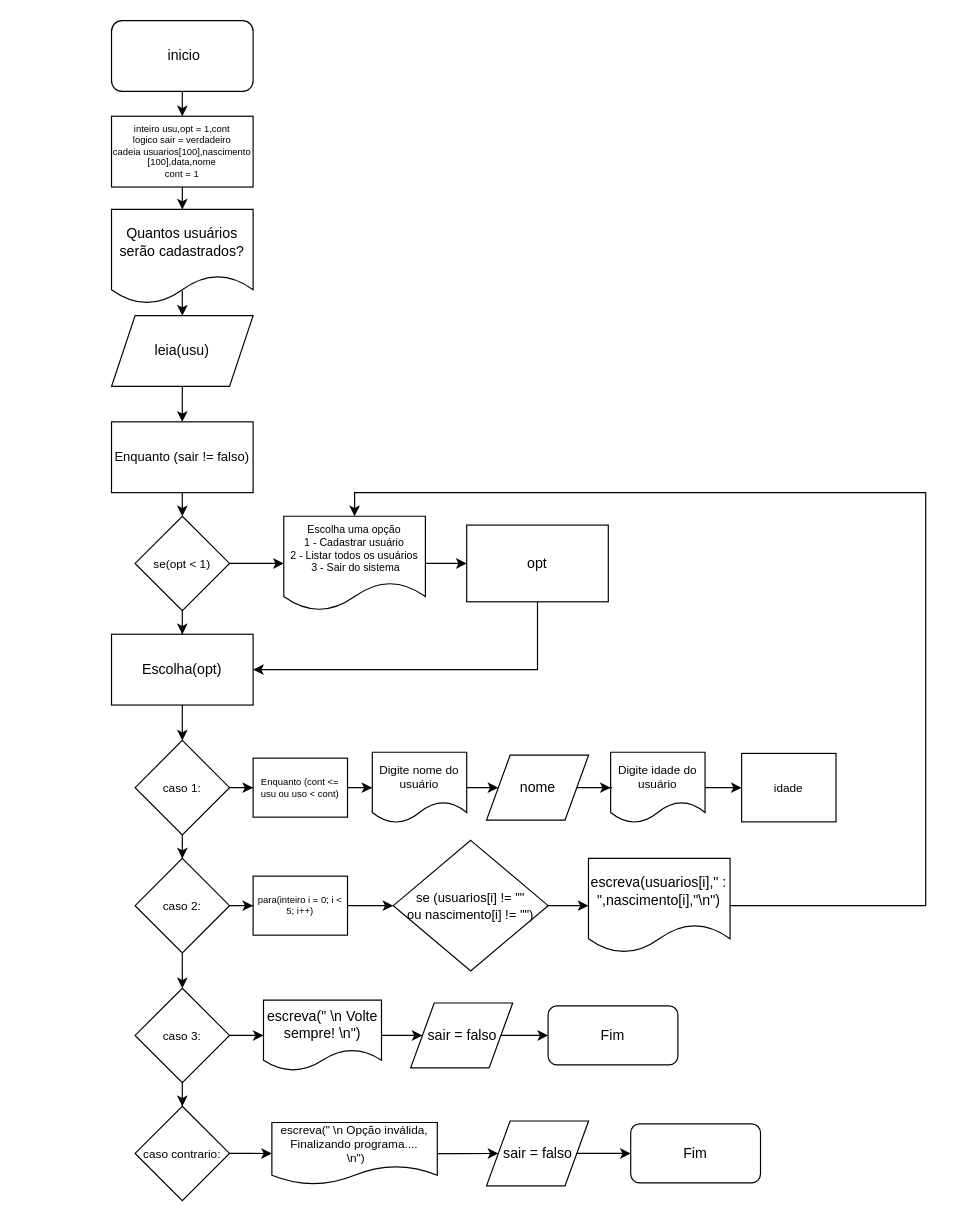
KauaWB02/situacao-de-aprendizagem keeps this draw.io diagram as Arquivos Completo/fluxograma.drawio. Above is the earlier version. Source tidied: cells renumbered, new cells numbered last; positions are measured from the earlier drawing's top-left corner, leaving out a move shared by most shapes. Both pictures are drawn from the tidied source at 118%, with x=0, y=0 at pixel (111, 20).
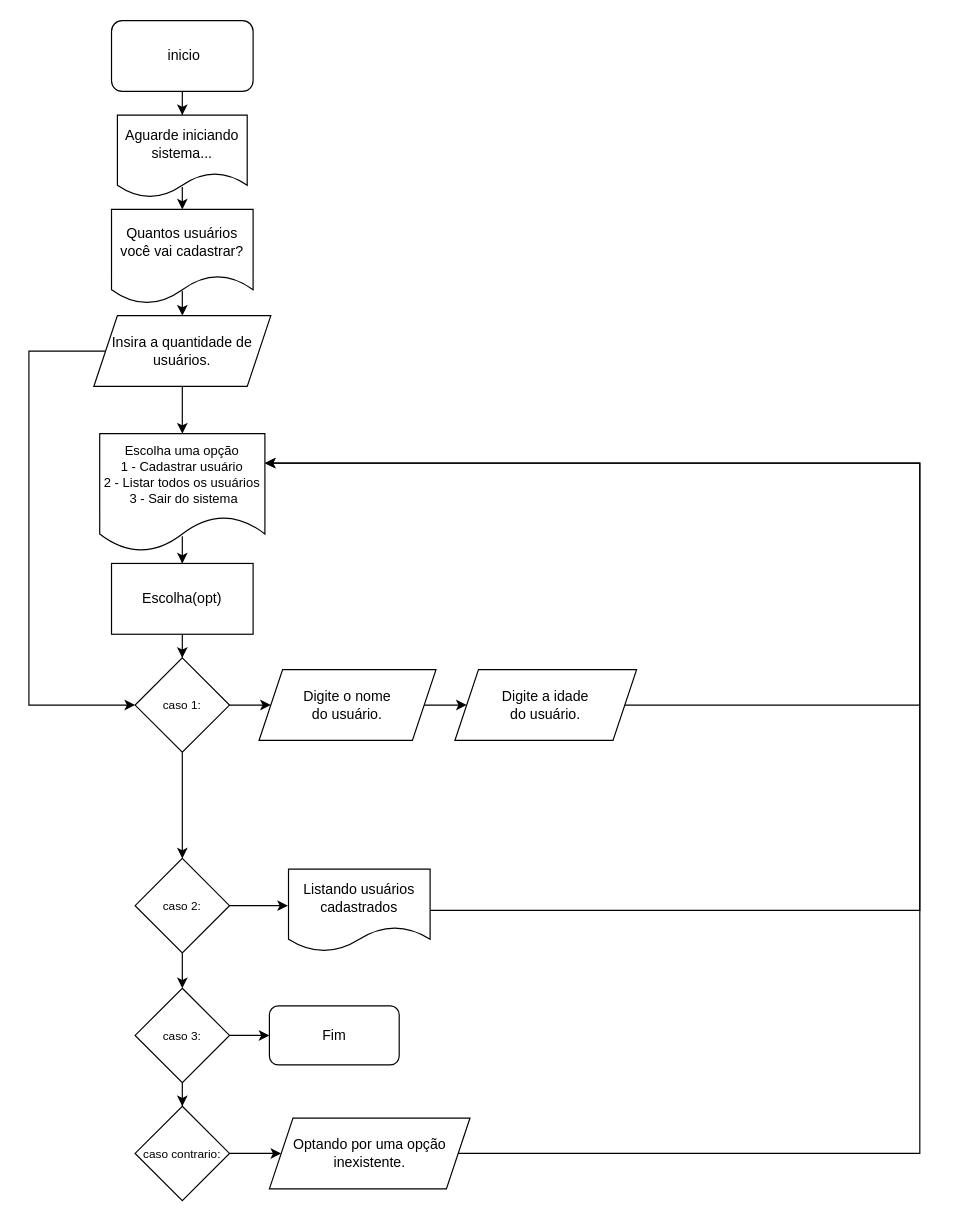
The same diagram, later.

Unchanged cells that the change refers to:
```xml
<mxCell id="3" value="&amp;nbsp;inicio" style="rounded=1;whiteSpace=wrap;html=1;" parent="1" vertex="1">
  <mxGeometry width="120" height="60" as="geometry" />
</mxCell>
<mxCell id="35" value="caso 2:" style="rhombus;whiteSpace=wrap;html=1;fontSize=10;" parent="1" vertex="1">
  <mxGeometry x="20" y="710" width="80" height="80" as="geometry" />
</mxCell>
<mxCell id="44" value="caso 3:" style="rhombus;whiteSpace=wrap;html=1;fontSize=10;" parent="1" vertex="1">
  <mxGeometry x="20" y="820" width="80" height="80" as="geometry" />
</mxCell>
<mxCell id="51" value="caso contrario:" style="rhombus;whiteSpace=wrap;html=1;fontSize=10;" parent="1" vertex="1">
  <mxGeometry x="20" y="920" width="80" height="80" as="geometry" />
</mxCell>
```

The edit, as a diff of the source:
```diff
@@
-    <mxCell id="2" style="edgeStyle=none;rounded=0;jettySize=auto;html=1;fontSize=8;" parent="1" edge="1" source="3" target="9">
-      <mxGeometry relative="1" as="geometry" />
-    </mxCell>
+    <mxCell id="57" style="edgeStyle=orthogonalEdgeStyle;rounded=0;jettySize=auto;html=1;" parent="1" edge="1" source="3" target="68">
+      <mxGeometry relative="1" as="geometry" />
+    </mxCell>
@@
-    <mxCell id="5" value="Quantos usuários serão cadastrados?" style="shape=document;whiteSpace=wrap;html=1;boundedLbl=1;" parent="1" vertex="1">
+    <mxCell id="5" value="Quantos usuários você vai cadastrar?" style="shape=document;whiteSpace=wrap;html=1;boundedLbl=1;" parent="1" vertex="1">
       <mxGeometry y="160" width="120" height="80" as="geometry" />
     </mxCell>
-    <mxCell id="6" style="edgeStyle=none;rounded=0;jettySize=auto;html=1;fontSize=8;" parent="1" edge="1" source="7" target="11">
-      <mxGeometry relative="1" as="geometry" />
-    </mxCell>
+    <mxCell id="58" style="edgeStyle=orthogonalEdgeStyle;rounded=0;jettySize=auto;html=1;entryX=0;entryY=0.5;entryDx=0;entryDy=0;exitX=0;exitY=0.5;exitDx=0;exitDy=0;" parent="1" edge="1" source="7" target="21">
+      <mxGeometry relative="1" as="geometry">
+        <Array as="points">
+          <mxPoint x="-70" y="280" />
+          <mxPoint x="-70" y="580" />
+        </Array>
+      </mxGeometry>
+    </mxCell>
+    <mxCell id="59" style="edgeStyle=orthogonalEdgeStyle;rounded=0;jettySize=auto;html=1;" parent="1" edge="1" source="7" target="16">
+      <mxGeometry relative="1" as="geometry" />
+    </mxCell>
-    <mxCell id="7" value="leia(usu)" style="shape=parallelogram;perimeter=parallelogramPerimeter;whiteSpace=wrap;html=1;fixedSize=1;" parent="1" vertex="1">
-      <mxGeometry y="250" width="120" height="60" as="geometry" />
+    <mxCell id="7" value="Insira a quantidade de usuários." style="shape=parallelogram;perimeter=parallelogramPerimeter;whiteSpace=wrap;html=1;fixedSize=1;" parent="1" vertex="1">
+      <mxGeometry x="-15" y="250" width="150" height="60" as="geometry" />
     </mxCell>
-    <mxCell id="8" style="edgeStyle=none;rounded=0;jettySize=auto;html=1;fontSize=8;" parent="1" edge="1" source="9" target="5">
-      <mxGeometry relative="1" as="geometry" />
+    <mxCell id="8" style="edgeStyle=none;rounded=0;jettySize=auto;html=1;fontSize=8;" parent="1" edge="1" target="5">
+      <mxGeometry relative="1" as="geometry">
+        <mxPoint x="60" y="141" as="sourcePoint" />
+      </mxGeometry>
     </mxCell>
-    <mxCell id="9" value="&lt;div style=&quot;font-size: 8px;&quot;&gt;&lt;font style=&quot;vertical-align: inherit; font-size: 8px;&quot;&gt;&lt;font style=&quot;vertical-align: inherit; font-size: 8px;&quot;&gt;&lt;font style=&quot;vertical-align: inherit; font-size: 8px;&quot;&gt;&lt;font style=&quot;vertical-align: inherit; font-size: 8px;&quot;&gt;&lt;font style=&quot;vertical-align: inherit; font-size: 8px;&quot;&gt;&lt;font style=&quot;vertical-align: inherit; font-size: 8px;&quot;&gt;&lt;font style=&quot;vertical-align: inherit; font-size: 8px;&quot;&gt;&lt;font style=&quot;vertical-align: inherit; font-size: 8px;&quot;&gt;inteiro usu,opt = 1,cont&lt;/font&gt;&lt;/font&gt;&lt;/font&gt;&lt;/font&gt;&lt;/font&gt;&lt;/font&gt;&lt;/font&gt;&lt;/font&gt;&lt;/div&gt;&lt;div style=&quot;font-size: 8px;&quot;&gt;&lt;font style=&quot;font-size: 8px;&quot;&gt;&#9;&#9;&lt;font style=&quot;vertical-align: inherit; font-size: 8px;&quot;&gt;&lt;font style=&quot;vertical-align: inherit; font-size: 8px;&quot;&gt;&lt;font style=&quot;vertical-align: inherit; font-size: 8px;&quot;&gt;&lt;font style=&quot;vertical-align: inherit; font-size: 8px;&quot;&gt;&lt;font style=&quot;vertical-align: inherit; font-size: 8px;&quot;&gt;&lt;font style=&quot;vertical-align: inherit; font-size: 8px;&quot;&gt;&lt;font style=&quot;vertical-align: inherit; font-size: 8px;&quot;&gt;&lt;font style=&quot;vertical-align: inherit; font-size: 8px;&quot;&gt;logico sair = verdadeiro&lt;/font&gt;&lt;/font&gt;&lt;/font&gt;&lt;/font&gt;&lt;/font&gt;&lt;/font&gt;&lt;/font&gt;&lt;/font&gt;&lt;/font&gt;&lt;/div&gt;&lt;div style=&quot;font-size: 8px;&quot;&gt;&lt;font style=&quot;font-size: 8px;&quot;&gt;&lt;span style=&quot;&quot;&gt;&#9;&#9;&lt;/span&gt;&lt;font style=&quot;vertical-align: inherit; font-size: 8px;&quot;&gt;&lt;font style=&quot;vertical-align: inherit; font-size: 8px;&quot;&gt;&lt;font style=&quot;vertical-align: inherit; font-size: 8px;&quot;&gt;&lt;font style=&quot;vertical-align: inherit; font-size: 8px;&quot;&gt;&lt;font style=&quot;vertical-align: inherit; font-size: 8px;&quot;&gt;&lt;font style=&quot;vertical-align: inherit; font-size: 8px;&quot;&gt;&lt;font style=&quot;vertical-align: inherit; font-size: 8px;&quot;&gt;&lt;font style=&quot;vertical-align: inherit; font-size: 8px;&quot;&gt;cadeia usuarios[100],nascimento [100],data,nome&lt;/font&gt;&lt;/font&gt;&lt;/font&gt;&lt;/font&gt;&lt;/font&gt;&lt;/font&gt;&lt;/font&gt;&lt;/font&gt;&lt;/font&gt;&lt;/div&gt;&lt;div style=&quot;font-size: 8px;&quot;&gt;&lt;font style=&quot;font-size: 8px;&quot;&gt;&#9;&#9;&lt;font style=&quot;vertical-align: inherit; font-size: 8px;&quot;&gt;&lt;font style=&quot;vertical-align: inherit; font-size: 8px;&quot;&gt;&lt;font style=&quot;vertical-align: inherit; font-size: 8px;&quot;&gt;&lt;font style=&quot;vertical-align: inherit; font-size: 8px;&quot;&gt;&lt;font style=&quot;vertical-align: inherit; font-size: 8px;&quot;&gt;&lt;font style=&quot;vertical-align: inherit; font-size: 8px;&quot;&gt;&lt;font style=&quot;vertical-align: inherit; font-size: 8px;&quot;&gt;&lt;font style=&quot;vertical-align: inherit; font-size: 8px;&quot;&gt;cont = 1&lt;/font&gt;&lt;/font&gt;&lt;/font&gt;&lt;/font&gt;&lt;/font&gt;&lt;/font&gt;&lt;/font&gt;&lt;/font&gt;&lt;/font&gt;&lt;/div&gt;" style="rounded=0;whiteSpace=wrap;html=1;" parent="1" vertex="1">
-      <mxGeometry y="81" width="120" height="60" as="geometry" />
-    </mxCell>
-    <mxCell id="10" style="edgeStyle=none;rounded=0;jettySize=auto;html=1;fontSize=8;" parent="1" edge="1" source="11" target="14">
-      <mxGeometry relative="1" as="geometry" />
-    </mxCell>
-    <mxCell id="11" value="&lt;font style=&quot;font-size: 11px;&quot;&gt;Enquanto (sair != falso)&lt;/font&gt;" style="rounded=0;whiteSpace=wrap;html=1;fontSize=8;" parent="1" vertex="1">
-      <mxGeometry y="340" width="120" height="60" as="geometry" />
-    </mxCell>
-    <mxCell id="12" style="edgeStyle=none;rounded=0;jettySize=auto;html=1;fontSize=8;" parent="1" edge="1" source="14" target="16">
-      <mxGeometry relative="1" as="geometry" />
-    </mxCell>
-    <mxCell id="13" style="edgeStyle=orthogonalEdgeStyle;rounded=0;jettySize=auto;html=1;fontSize=10;" parent="1" edge="1" source="14" target="18">
-      <mxGeometry relative="1" as="geometry" />
-    </mxCell>
-    <mxCell id="14" value="&lt;font style=&quot;font-size: 10px;&quot;&gt;se(opt &amp;lt; 1)&lt;/font&gt;" style="rhombus;whiteSpace=wrap;html=1;fontSize=8;" parent="1" vertex="1">
-      <mxGeometry x="20" y="420" width="80" height="80" as="geometry" />
-    </mxCell>
-    <mxCell id="15" style="edgeStyle=orthogonalEdgeStyle;rounded=0;jettySize=auto;html=1;fontSize=10;" parent="1" edge="1" source="16" target="30">
-      <mxGeometry relative="1" as="geometry" />
-    </mxCell>
+    <mxCell id="60" style="edgeStyle=orthogonalEdgeStyle;rounded=0;jettySize=auto;html=1;exitX=0.5;exitY=0.87;exitDx=0;exitDy=0;exitPerimeter=0;" parent="1" edge="1" source="16" target="18">
+      <mxGeometry relative="1" as="geometry" />
+    </mxCell>
-    <mxCell id="16" value="&lt;font style=&quot;font-size: 9px;&quot;&gt;Escolha uma opção &lt;br&gt;1 - Cadastrar usuário &lt;br&gt;2 - Listar todos os usuários&lt;br&gt;&amp;nbsp;3 - Sair do sistema&lt;/font&gt;" style="shape=document;whiteSpace=wrap;html=1;boundedLbl=1;fontSize=8;" parent="1" vertex="1">
-      <mxGeometry x="146" y="420" width="120" height="80" as="geometry" />
+    <mxCell id="16" value="&lt;font style=&quot;font-size: 11px;&quot;&gt;Escolha uma opção &lt;br&gt;1 - Cadastrar usuário &lt;br&gt;2 - Listar todos os usuários&lt;br&gt;&amp;nbsp;3 - Sair do sistema&lt;/font&gt;" style="shape=document;whiteSpace=wrap;html=1;boundedLbl=1;fontSize=8;" parent="1" vertex="1">
+      <mxGeometry x="-10" y="350" width="140" height="100" as="geometry" />
     </mxCell>
@@
     <mxCell id="18" value="&lt;font style=&quot;font-size: 12px;&quot;&gt;Escolha(opt)&lt;/font&gt;" style="rounded=0;whiteSpace=wrap;html=1;fontSize=8;" parent="1" vertex="1">
-      <mxGeometry y="520" width="120" height="60" as="geometry" />
+      <mxGeometry y="460" width="120" height="60" as="geometry" />
     </mxCell>
-    <mxCell id="19" style="edgeStyle=orthogonalEdgeStyle;rounded=0;jettySize=auto;html=1;fontSize=10;" parent="1" edge="1" source="21" target="28">
-      <mxGeometry relative="1" as="geometry" />
-    </mxCell>
@@
+    <mxCell id="61" style="edgeStyle=orthogonalEdgeStyle;rounded=0;jettySize=auto;html=1;" parent="1" edge="1" source="21" target="63">
+      <mxGeometry relative="1" as="geometry" />
+    </mxCell>
     <mxCell id="21" value="caso 1:" style="rhombus;whiteSpace=wrap;html=1;fontSize=10;" parent="1" vertex="1">
-      <mxGeometry x="20" y="610" width="80" height="80" as="geometry" />
+      <mxGeometry x="20" y="540" width="80" height="80" as="geometry" />
     </mxCell>
-    <mxCell id="22" style="edgeStyle=orthogonalEdgeStyle;rounded=0;jettySize=auto;html=1;" parent="1" edge="1" source="23" target="32">
-      <mxGeometry relative="1" as="geometry" />
-    </mxCell>
-    <mxCell id="23" value="Digite nome do usuário" style="shape=document;whiteSpace=wrap;html=1;boundedLbl=1;fontSize=10;" parent="1" vertex="1">
-      <mxGeometry x="221" y="620" width="80" height="60" as="geometry" />
-    </mxCell>
-    <mxCell id="24" style="edgeStyle=orthogonalEdgeStyle;rounded=0;jettySize=auto;html=1;fontSize=10;" parent="1" edge="1" source="25" target="26">
-      <mxGeometry relative="1" as="geometry" />
-    </mxCell>
-    <mxCell id="25" value="Digite idade do usuário" style="shape=document;whiteSpace=wrap;html=1;boundedLbl=1;fontSize=10;" parent="1" vertex="1">
-      <mxGeometry x="423" y="620" width="80" height="60" as="geometry" />
-    </mxCell>
-    <mxCell id="26" value="idade" style="rounded=0;whiteSpace=wrap;html=1;fontSize=10;" parent="1" vertex="1">
-      <mxGeometry x="534" y="621" width="80" height="58" as="geometry" />
-    </mxCell>
-    <mxCell id="27" style="edgeStyle=orthogonalEdgeStyle;rounded=0;jettySize=auto;html=1;fontSize=10;" parent="1" edge="1" source="28" target="23">
-      <mxGeometry relative="1" as="geometry" />
-    </mxCell>
-    <mxCell id="28" value="Enquanto (cont &amp;lt;= usu ou uso &amp;lt; cont)" style="rounded=0;whiteSpace=wrap;html=1;fontSize=8;" parent="1" vertex="1">
-      <mxGeometry x="120" y="625" width="80" height="50" as="geometry" />
-    </mxCell>
-    <mxCell id="29" style="edgeStyle=orthogonalEdgeStyle;rounded=0;jettySize=auto;html=1;entryX=1;entryY=0.5;entryDx=0;entryDy=0;" parent="1" edge="1" source="30" target="18">
-      <mxGeometry relative="1" as="geometry">
-        <Array as="points">
-          <mxPoint x="361" y="550" />
-        </Array>
-      </mxGeometry>
-    </mxCell>
-    <mxCell id="30" value="&lt;font style=&quot;font-size: 12px;&quot;&gt;opt&lt;/font&gt;" style="whiteSpace=wrap;html=1;fontSize=8;" parent="1" vertex="1">
-      <mxGeometry x="301" y="427.5" width="120" height="65" as="geometry" />
-    </mxCell>
-    <mxCell id="31" style="edgeStyle=orthogonalEdgeStyle;rounded=0;jettySize=auto;html=1;" parent="1" edge="1" source="32" target="25">
-      <mxGeometry relative="1" as="geometry" />
-    </mxCell>
-    <mxCell id="32" value="nome" style="shape=parallelogram;perimeter=parallelogramPerimeter;whiteSpace=wrap;html=1;fixedSize=1;" parent="1" vertex="1">
-      <mxGeometry x="317.8" y="622.5" width="86.5" height="55" as="geometry" />
-    </mxCell>
-    <mxCell id="33" style="edgeStyle=orthogonalEdgeStyle;rounded=0;jettySize=auto;html=1;" parent="1" edge="1" source="35" target="37">
+    <mxCell id="33" style="edgeStyle=orthogonalEdgeStyle;rounded=0;jettySize=auto;html=1;entryX=-0.004;entryY=0.443;entryDx=0;entryDy=0;entryPerimeter=0;" parent="1" edge="1" source="35" target="70">
       <mxGeometry relative="1" as="geometry" />
     </mxCell>
@@
-    <mxCell id="36" style="edgeStyle=orthogonalEdgeStyle;rounded=0;jettySize=auto;html=1;fontSize=6;" parent="1" edge="1" source="37" target="39">
-      <mxGeometry relative="1" as="geometry" />
-    </mxCell>
-    <mxCell id="37" value="para(inteiro i = 0; i &amp;lt; 5; i++)" style="rounded=0;whiteSpace=wrap;html=1;fontSize=8;" parent="1" vertex="1">
-      <mxGeometry x="120" y="725" width="80" height="50" as="geometry" />
-    </mxCell>
-    <mxCell id="38" style="edgeStyle=orthogonalEdgeStyle;rounded=0;jettySize=auto;html=1;fontSize=7;" parent="1" edge="1" source="39" target="41">
-      <mxGeometry relative="1" as="geometry" />
-    </mxCell>
-    <mxCell id="39" value="&lt;font style=&quot;font-size: 11px;&quot;&gt;se (usuarios[i] != &quot;&quot; &lt;br&gt;ou nascimento[i] != &quot;&quot;)&lt;/font&gt;" style="rhombus;whiteSpace=wrap;html=1;" parent="1" vertex="1">
-      <mxGeometry x="238.8" y="694.7" width="131.2" height="110.6" as="geometry" />
-    </mxCell>
-    <mxCell id="40" style="edgeStyle=orthogonalEdgeStyle;rounded=0;jettySize=auto;html=1;entryX=0.5;entryY=0;entryDx=0;entryDy=0;fontSize=11;" parent="1" edge="1" source="41" target="16">
-      <mxGeometry relative="1" as="geometry">
-        <Array as="points">
-          <mxPoint x="690" y="750" />
-          <mxPoint x="690" y="400" />
-          <mxPoint x="206" y="400" />
-        </Array>
-      </mxGeometry>
-    </mxCell>
-    <mxCell id="41" value="&lt;font style=&quot;font-size: 12px;&quot;&gt;escreva(usuarios[i],&quot; : &quot;,nascimento[i],&quot;\n&quot;)&lt;/font&gt;" style="shape=document;whiteSpace=wrap;html=1;boundedLbl=1;fontSize=7;" parent="1" vertex="1">
-      <mxGeometry x="404.2" y="710" width="120" height="80" as="geometry" />
-    </mxCell>
-    <mxCell id="42" style="edgeStyle=orthogonalEdgeStyle;rounded=0;jettySize=auto;html=1;fontSize=12;" parent="1" edge="1" source="44" target="46">
-      <mxGeometry relative="1" as="geometry" />
+    <mxCell id="42" style="edgeStyle=orthogonalEdgeStyle;rounded=0;jettySize=auto;html=1;fontSize=12;" parent="1" edge="1" source="44">
+      <mxGeometry relative="1" as="geometry">
+        <mxPoint x="133.8" y="860" as="targetPoint" />
+      </mxGeometry>
     </mxCell>
@@
-    <mxCell id="45" style="edgeStyle=orthogonalEdgeStyle;rounded=0;jettySize=auto;html=1;fontSize=12;" parent="1" edge="1" source="46" target="48">
-      <mxGeometry relative="1" as="geometry" />
-    </mxCell>
-    <mxCell id="46" value="&lt;span style=&quot;font-size: 12px;&quot;&gt;escreva(&quot; \n Volte sempre! \n&quot;)&lt;/span&gt;" style="shape=document;whiteSpace=wrap;html=1;boundedLbl=1;fontSize=7;" parent="1" vertex="1">
-      <mxGeometry x="128.8" y="830" width="100" height="60" as="geometry" />
-    </mxCell>
-    <mxCell id="47" style="edgeStyle=orthogonalEdgeStyle;rounded=0;jettySize=auto;html=1;fontSize=12;" parent="1" edge="1" source="48" target="49">
-      <mxGeometry relative="1" as="geometry" />
-    </mxCell>
-    <mxCell id="48" value="sair = falso" style="shape=parallelogram;perimeter=parallelogramPerimeter;whiteSpace=wrap;html=1;fixedSize=1;" parent="1" vertex="1">
-      <mxGeometry x="253.5" y="832.5" width="86.5" height="55" as="geometry" />
-    </mxCell>
     <mxCell id="49" value="Fim" style="rounded=1;whiteSpace=wrap;html=1;fontSize=12;" parent="1" vertex="1">
-      <mxGeometry x="370" y="835" width="110" height="50" as="geometry" />
+      <mxGeometry x="133.8" y="835" width="110" height="50" as="geometry" />
     </mxCell>
-    <mxCell id="50" style="edgeStyle=orthogonalEdgeStyle;rounded=0;jettySize=auto;html=1;fontSize=11;" parent="1" edge="1" source="51" target="53">
+    <mxCell id="50" style="edgeStyle=orthogonalEdgeStyle;rounded=0;jettySize=auto;html=1;fontSize=11;entryX=0;entryY=0.5;entryDx=0;entryDy=0;" parent="1" edge="1" source="51" target="67">
       <mxGeometry relative="1" as="geometry" />
     </mxCell>
@@
-    <mxCell id="52" style="edgeStyle=orthogonalEdgeStyle;rounded=0;jettySize=auto;html=1;fontSize=12;" parent="1" edge="1" source="53" target="55">
-      <mxGeometry relative="1" as="geometry" />
-    </mxCell>
-    <mxCell id="53" value="&lt;font style=&quot;font-size: 10px;&quot;&gt;escreva(&quot; \n Opção inválida, Finalizando programa....&lt;br&gt;&amp;nbsp;\n&quot;)&lt;/font&gt;" style="shape=document;whiteSpace=wrap;html=1;boundedLbl=1;fontSize=7;" parent="1" vertex="1">
-      <mxGeometry x="135.9" y="933.8" width="140.2" height="52.5" as="geometry" />
-    </mxCell>
-    <mxCell id="54" style="edgeStyle=orthogonalEdgeStyle;rounded=0;jettySize=auto;html=1;fontSize=12;" parent="1" edge="1" source="55" target="56">
-      <mxGeometry relative="1" as="geometry" />
-    </mxCell>
-    <mxCell id="55" value="sair = falso" style="shape=parallelogram;perimeter=parallelogramPerimeter;whiteSpace=wrap;html=1;fixedSize=1;" parent="1" vertex="1">
-      <mxGeometry x="317.8" y="932.5" width="86.5" height="55" as="geometry" />
-    </mxCell>
-    <mxCell id="56" value="Fim" style="rounded=1;whiteSpace=wrap;html=1;fontSize=12;" parent="1" vertex="1">
-      <mxGeometry x="440" y="935" width="110" height="50" as="geometry" />
-    </mxCell>
+    <mxCell id="62" style="edgeStyle=none;rounded=0;jettySize=auto;html=1;exitX=1;exitY=0.5;exitDx=0;exitDy=0;fontSize=11;entryX=0;entryY=0.5;entryDx=0;entryDy=0;" parent="1" edge="1" source="63" target="64">
+      <mxGeometry relative="1" as="geometry" />
+    </mxCell>
+    <mxCell id="63" value="Digite o nome&lt;br&gt;do usuário." style="shape=parallelogram;perimeter=parallelogramPerimeter;whiteSpace=wrap;html=1;fixedSize=1;" parent="1" vertex="1">
+      <mxGeometry x="125" y="550" width="150" height="60" as="geometry" />
+    </mxCell>
+    <mxCell id="64" value="Digite a idade&lt;br&gt;do usuário." style="shape=parallelogram;perimeter=parallelogramPerimeter;whiteSpace=wrap;html=1;fixedSize=1;" parent="1" vertex="1">
+      <mxGeometry x="291" y="550" width="154" height="60" as="geometry" />
+    </mxCell>
+    <mxCell id="65" style="edgeStyle=orthogonalEdgeStyle;rounded=0;jettySize=auto;html=1;exitX=1;exitY=0.5;exitDx=0;exitDy=0;entryX=1;entryY=0.25;entryDx=0;entryDy=0;fontSize=11;" parent="1" edge="1" source="70" target="16">
+      <mxGeometry relative="1" as="geometry">
+        <Array as="points">
+          <mxPoint x="685" y="754" />
+          <mxPoint x="685" y="375" />
+        </Array>
+      </mxGeometry>
+    </mxCell>
+    <mxCell id="66" style="edgeStyle=orthogonalEdgeStyle;rounded=0;jettySize=auto;html=1;exitX=1;exitY=0.5;exitDx=0;exitDy=0;fontSize=11;entryX=1;entryY=0.25;entryDx=0;entryDy=0;" parent="1" edge="1" source="67" target="16">
+      <mxGeometry relative="1" as="geometry">
+        <Array as="points">
+          <mxPoint x="685" y="960" />
+          <mxPoint x="685" y="375" />
+        </Array>
+      </mxGeometry>
+    </mxCell>
+    <mxCell id="67" value="Optando por uma opção&lt;br&gt;inexistente." style="shape=parallelogram;perimeter=parallelogramPerimeter;whiteSpace=wrap;html=1;fixedSize=1;" parent="1" vertex="1">
+      <mxGeometry x="133.8" y="930" width="170" height="60" as="geometry" />
+    </mxCell>
+    <mxCell id="68" value="Aguarde iniciando sistema..." style="shape=document;whiteSpace=wrap;html=1;boundedLbl=1;" parent="1" vertex="1">
+      <mxGeometry x="5" y="80" width="110" height="70" as="geometry" />
+    </mxCell>
+    <mxCell id="69" style="endArrow=none;html=1;rounded=0;exitX=1;exitY=0.5;exitDx=0;exitDy=0;" parent="1" edge="1" source="64">
+      <mxGeometry relative="1" as="geometry">
+        <mxPoint x="685" y="580" as="targetPoint" />
+      </mxGeometry>
+    </mxCell>
+    <mxCell id="70" value="Listando usuários cadastrados" style="shape=document;whiteSpace=wrap;html=1;boundedLbl=1;" parent="1" vertex="1">
+      <mxGeometry x="150" y="719" width="120" height="70" as="geometry" />
+    </mxCell>
```
